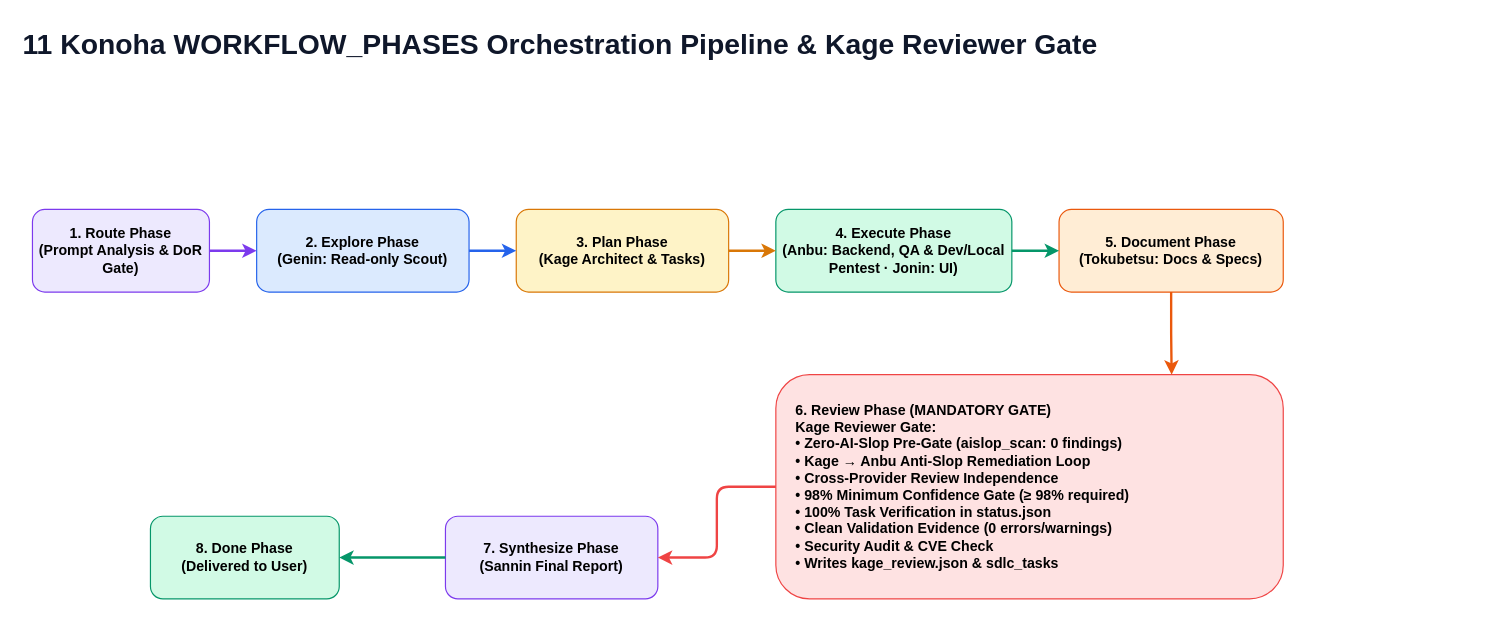
The draw.io diagram page "11 Kage Pre-Delivery Reviewer Workflow Gate" (11 of 15) of docs/diagrams/konoha-architecture.drawio in andycungkrinx91/konoha, before the edit. Source tidied: cells renumbered, new cells numbered last; positions are measured from the earlier drawing's top-left corner, leaving out a move shared by most shapes. Both pictures are drawn from the tidied source at 118%, with x=0, y=0 at pixel (20, 20).
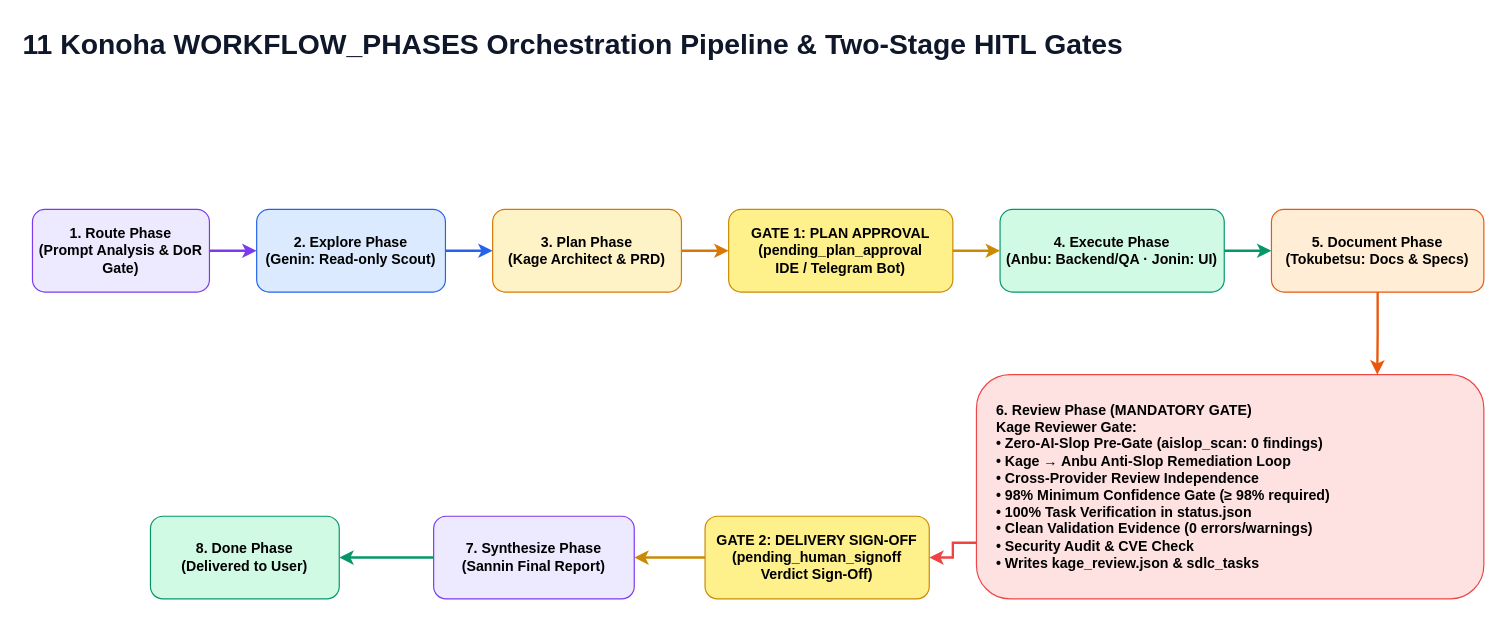
The same diagram, later.

Diff of the diagram source:
```diff
@@
-    <mxCell id="2" value="11 Konoha WORKFLOW_PHASES Orchestration Pipeline &amp; Kage Reviewer Gate" style="text;html=1;strokeColor=none;fillColor=none;fontColor=#0f172a;fontSize=24;fontStyle=1;align=left;" parent="1" vertex="1">
+    <mxCell id="2" value="11 Konoha WORKFLOW_PHASES Orchestration Pipeline &amp; Two-Stage HITL Gates" style="text;html=1;strokeColor=none;fillColor=none;fontColor=#0f172a;fontSize=24;fontStyle=1;align=left;" parent="1" vertex="1">
       <mxGeometry width="1100" height="40" as="geometry" />
     </mxCell>
@@
     <mxCell id="4" value="2. Explore Phase&#10;(Genin: Read-only Scout)" style="rounded=1;html=1;whiteSpace=wrap;fillColor=#dbeafe;strokeColor=#2563eb;fontStyle=1;align=center;" parent="1" vertex="1">
-      <mxGeometry x="200" y="160" width="180" height="70" as="geometry" />
+      <mxGeometry x="200" y="160" width="160" height="70" as="geometry" />
     </mxCell>
-    <mxCell id="5" value="3. Plan Phase&#10;(Kage Architect &amp; Tasks)" style="rounded=1;html=1;whiteSpace=wrap;fillColor=#fef3c7;strokeColor=#d97706;fontStyle=1;align=center;" parent="1" vertex="1">
-      <mxGeometry x="420" y="160" width="180" height="70" as="geometry" />
+    <mxCell id="5" value="3. Plan Phase&#10;(Kage Architect &amp; PRD)" style="rounded=1;html=1;whiteSpace=wrap;fillColor=#fef3c7;strokeColor=#d97706;fontStyle=1;align=center;" parent="1" vertex="1">
+      <mxGeometry x="400" y="160" width="160" height="70" as="geometry" />
     </mxCell>
+    <mxCell id="18" value="GATE 1: PLAN APPROVAL&#10;(pending_plan_approval&#10;IDE / Telegram Bot)" style="rounded=1;html=1;whiteSpace=wrap;fillColor=#fef08a;strokeColor=#ca8a04;fontStyle=1;align=center;" parent="1" vertex="1">
+      <mxGeometry x="600" y="160" width="190" height="70" as="geometry" />
+    </mxCell>
-    <mxCell id="6" value="4. Execute Phase&#10;(Anbu: Backend, QA &amp; Dev/Local Pentest · Jonin: UI)" style="rounded=1;html=1;whiteSpace=wrap;fillColor=#d1fae5;strokeColor=#059669;fontStyle=1;align=center;" parent="1" vertex="1">
-      <mxGeometry x="640" y="160" width="200" height="70" as="geometry" />
+    <mxCell id="6" value="4. Execute Phase&#10;(Anbu: Backend/QA · Jonin: UI)" style="rounded=1;html=1;whiteSpace=wrap;fillColor=#d1fae5;strokeColor=#059669;fontStyle=1;align=center;" parent="1" vertex="1">
+      <mxGeometry x="830" y="160" width="190" height="70" as="geometry" />
     </mxCell>
     <mxCell id="7" value="5. Document Phase&#10;(Tokubetsu: Docs &amp; Specs)" style="rounded=1;html=1;whiteSpace=wrap;fillColor=#ffedd5;strokeColor=#ea580c;fontStyle=1;align=center;" parent="1" vertex="1">
-      <mxGeometry x="880" y="160" width="190" height="70" as="geometry" />
+      <mxGeometry x="1060" y="160" width="180" height="70" as="geometry" />
     </mxCell>
     <mxCell id="8" value="6. Review Phase (MANDATORY GATE)&#10;Kage Reviewer Gate:&#10;• Zero-AI-Slop Pre-Gate (aislop_scan: 0 findings)&#10;• Kage → Anbu Anti-Slop Remediation Loop&#10;• Cross-Provider Review Independence&#10;• 98% Minimum Confidence Gate (≥ 98% required)&#10;• 100% Task Verification in status.json&#10;• Clean Validation Evidence (0 errors/warnings)&#10;• Security Audit &amp; CVE Check&#10;• Writes kage_review.json &amp; sdlc_tasks" style="rounded=1;html=1;whiteSpace=wrap;fillColor=#fee2e2;strokeColor=#ef4444;fontStyle=1;align=left;spacingLeft=15;" parent="1" vertex="1">
-      <mxGeometry x="640" y="300" width="430" height="190" as="geometry" />
+      <mxGeometry x="810" y="300" width="430" height="190" as="geometry" />
     </mxCell>
+    <mxCell id="19" value="GATE 2: DELIVERY SIGN-OFF&#10;(pending_human_signoff&#10;Verdict Sign-Off)" style="rounded=1;html=1;whiteSpace=wrap;fillColor=#fef08a;strokeColor=#ca8a04;fontStyle=1;align=center;" parent="1" vertex="1">
+      <mxGeometry x="580" y="420" width="190" height="70" as="geometry" />
+    </mxCell>
     <mxCell id="9" value="7. Synthesize Phase&#10;(Sannin Final Report)" style="rounded=1;html=1;whiteSpace=wrap;fillColor=#ede9fe;strokeColor=#7c3aed;fontStyle=1;align=center;" parent="1" vertex="1">
-      <mxGeometry x="360" y="420" width="180" height="70" as="geometry" />
+      <mxGeometry x="350" y="420" width="170" height="70" as="geometry" />
     </mxCell>
@@
-    <mxCell id="13" style="edgeStyle=orthogonalEdgeStyle;rounded=0;html=1;strokeColor=#d97706;strokeWidth=2;" parent="1" edge="1" source="5" target="6">
+    <mxCell id="13" style="edgeStyle=orthogonalEdgeStyle;rounded=0;html=1;strokeColor=#d97706;strokeWidth=2;" parent="1" edge="1" source="5" target="18">
       <mxGeometry relative="1" as="geometry" />
     </mxCell>
+    <mxCell id="20" style="edgeStyle=orthogonalEdgeStyle;rounded=0;html=1;strokeColor=#ca8a04;strokeWidth=2;" parent="1" edge="1" source="18" target="6">
+      <mxGeometry relative="1" as="geometry" />
+    </mxCell>
-    <mxCell id="14" style="edgeStyle=orthogonalEdgeStyle;rounded=0;html=1;strokeColor=#059669;strokeWidth=2;exitX=1;exitY=0.5;exitDx=0;exitDy=0;entryX=0;entryY=0.5;entryDx=0;entryDy=0;" parent="1" edge="1" source="6" target="7">
+    <mxCell id="14" style="edgeStyle=orthogonalEdgeStyle;rounded=0;html=1;strokeColor=#059669;strokeWidth=2;" parent="1" edge="1" source="6" target="7">
       <mxGeometry relative="1" as="geometry" />
     </mxCell>
-    <mxCell id="15" style="edgeStyle=orthogonalEdgeStyle;rounded=0;html=1;strokeColor=#ea580c;strokeWidth=2;exitX=0.5;exitY=1;exitDx=0;exitDy=0;entryX=0.78;entryY=0;entryDx=0;entryDy=0;" parent="1" edge="1" source="7" target="8">
+    <mxCell id="15" style="edgeStyle=orthogonalEdgeStyle;rounded=0;html=1;strokeColor=#ea580c;strokeWidth=2;exitX=0.5;exitY=1;exitDx=0;exitDy=0;entryX=0.79;entryY=0;entryDx=0;entryDy=0;" parent="1" edge="1" source="7" target="8">
       <mxGeometry relative="1" as="geometry" />
     </mxCell>
-    <mxCell id="16" style="edgeStyle=orthogonalEdgeStyle;rounded=1;html=1;strokeColor=#ef4444;strokeWidth=2;curved=0;" parent="1" edge="1" source="8" target="9">
+    <mxCell id="16" style="edgeStyle=orthogonalEdgeStyle;rounded=0;html=1;strokeColor=#ef4444;strokeWidth=2;exitX=0;exitY=0.75;exitDx=0;exitDy=0;entryX=1;entryY=0.5;entryDx=0;entryDy=0;" parent="1" edge="1" source="8" target="19">
       <mxGeometry relative="1" as="geometry" />
     </mxCell>
+    <mxCell id="21" style="edgeStyle=orthogonalEdgeStyle;rounded=0;html=1;strokeColor=#ca8a04;strokeWidth=2;" parent="1" edge="1" source="19" target="9">
+      <mxGeometry relative="1" as="geometry" />
+    </mxCell>
```
